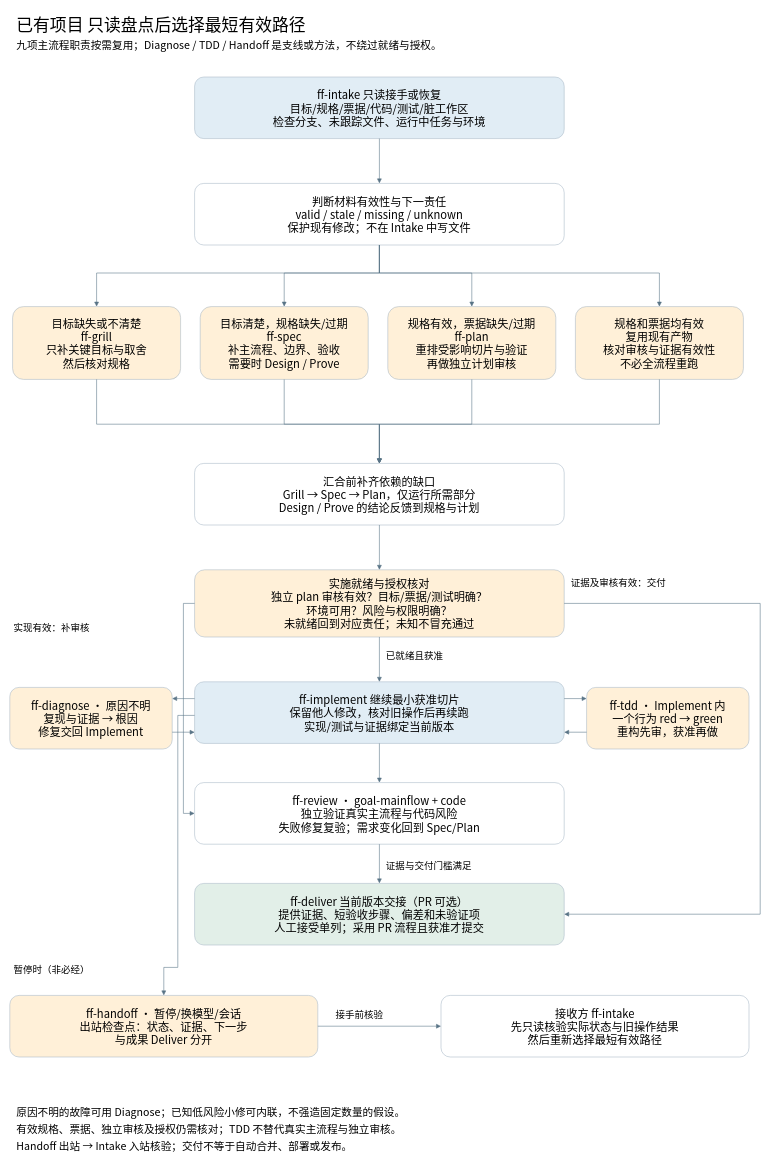
Before: docs/diagrams/existing-project-workflow.drawio in chyhelloworld/ForgeFlowSkill, a draw.io diagram. Source tidied: cells renumbered, new cells numbered last; positions are measured from the earlier drawing's top-left corner, leaving out a move shared by most shapes. Both pictures are drawn from the tidied source at 56%, with x=0, y=0 at pixel (10, 10).
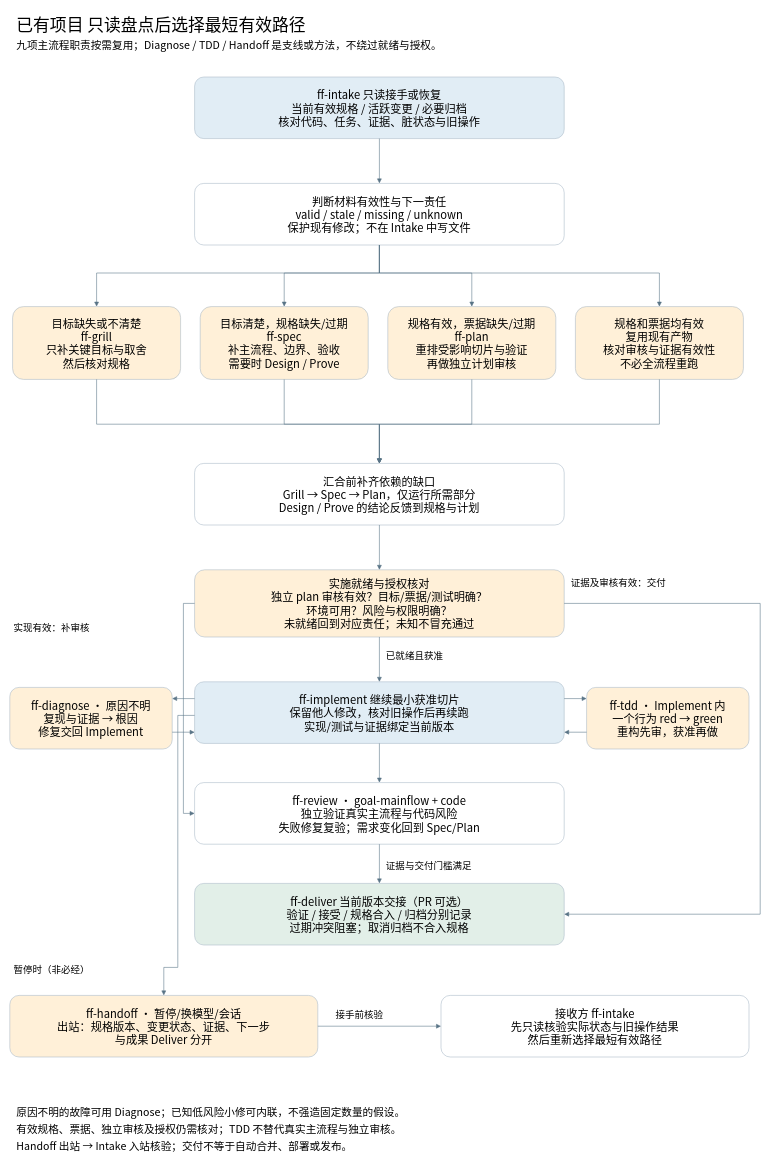
Above is the later version.

Diff of the diagram source:
```diff
@@
-    <mxCell id="7" value="ff-intake 只读接手或恢复&#10;目标/规格/票据/代码/测试/脏工作区&#10;检查分支、未跟踪文件、运行中任务与环境" style="rounded=1;whiteSpace=wrap;html=0;fillColor=#e1edf5;strokeColor=#a9bac8;fontFamily=Noto Sans CJK SC;fontSize=20;" parent="1" vertex="1">
+    <mxCell id="7" value="ff-intake 只读接手或恢复&#10;当前有效规格 / 活跃变更 / 必要归档&#10;核对代码、任务、证据、脏状态与旧操作" style="rounded=1;whiteSpace=wrap;html=0;fillColor=#e1edf5;strokeColor=#a9bac8;fontFamily=Noto Sans CJK SC;fontSize=20;" parent="1" vertex="1">
       <mxGeometry x="330" y="120" width="660" height="110" as="geometry" />
     </mxCell>
@@
-    <mxCell id="17" value="ff-deliver 当前版本交接（PR 可选）&#10;提供证据、短验收步骤、偏差和未验证项&#10;人工接受单列；采用 PR 流程且获准才提交" style="rounded=1;whiteSpace=wrap;html=0;fillColor=#e2efe8;strokeColor=#a9bac8;fontFamily=Noto Sans CJK SC;fontSize=20;" parent="1" vertex="1">
+    <mxCell id="17" value="ff-deliver 当前版本交接（PR 可选）&#10;验证 / 接受 / 规格合入 / 归档分别记录&#10;过期冲突阻塞；取消归档不合入规格" style="rounded=1;whiteSpace=wrap;html=0;fillColor=#e2efe8;strokeColor=#a9bac8;fontFamily=Noto Sans CJK SC;fontSize=20;" parent="1" vertex="1">
       <mxGeometry x="330" y="1560" width="660" height="110" as="geometry" />
     </mxCell>
@@
-    <mxCell id="20" value="ff-handoff · 暂停/换模型/会话&#10;出站检查点：状态、证据、下一步&#10;与成果 Deliver 分开" style="rounded=1;whiteSpace=wrap;html=0;fillColor=#fff0d8;strokeColor=#a9bac8;fontFamily=Noto Sans CJK SC;fontSize=20;" parent="1" vertex="1">
+    <mxCell id="20" value="ff-handoff · 暂停/换模型/会话&#10;出站：规格版本、变更状态、证据、下一步&#10;与成果 Deliver 分开" style="rounded=1;whiteSpace=wrap;html=0;fillColor=#fff0d8;strokeColor=#a9bac8;fontFamily=Noto Sans CJK SC;fontSize=20;" parent="1" vertex="1">
       <mxGeometry y="1760" width="550" height="110" as="geometry" />
     </mxCell>
```
